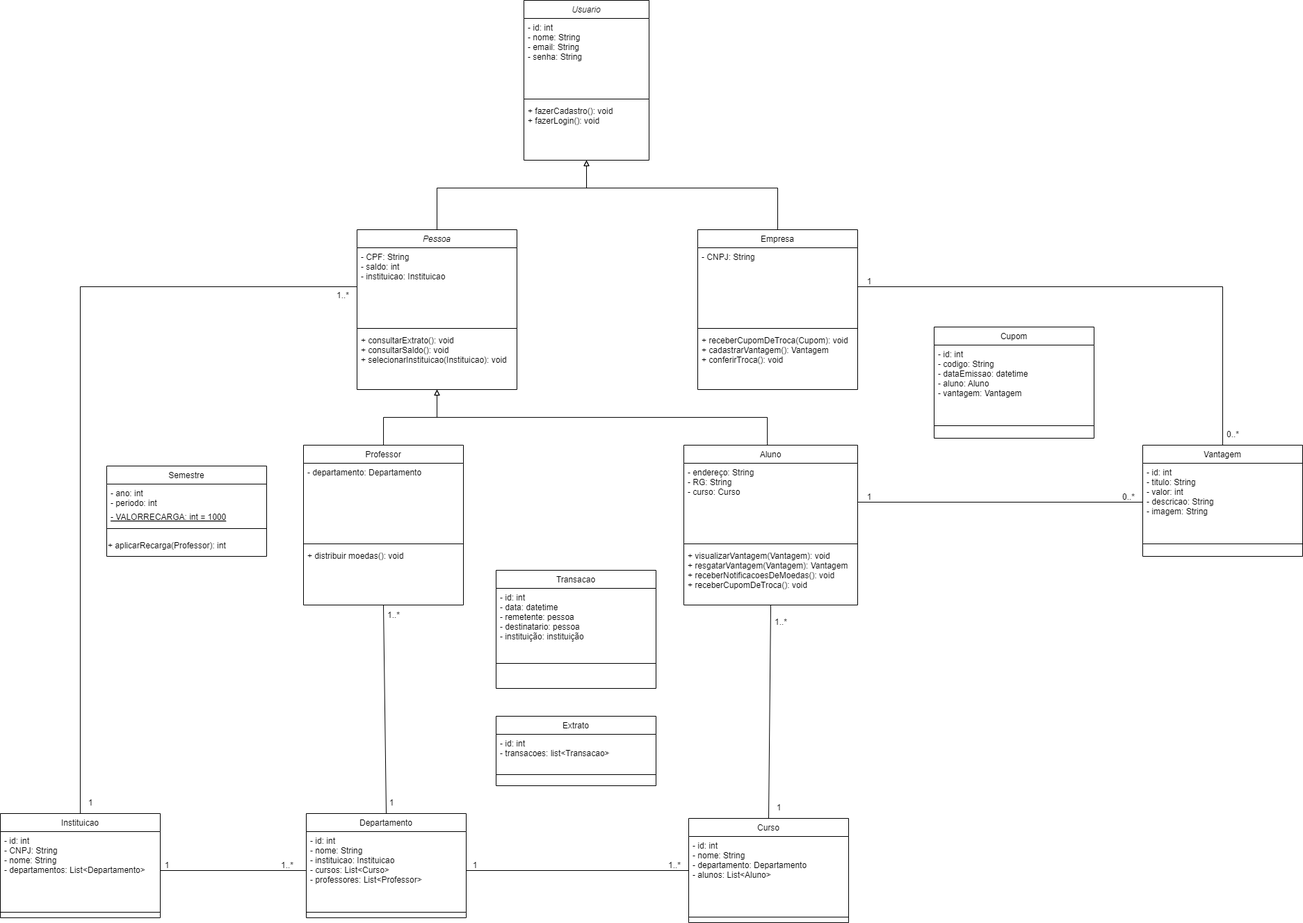
Before: projeto/imagens/Diagrama de classes.drawio.png, a diagram exported from draw.io (pedrolucas444/laboratorio-3). Source tidied: cells renumbered, new cells last; positions are measured from the earlier drawing's top-left corner, leaving out a move shared by most shapes.
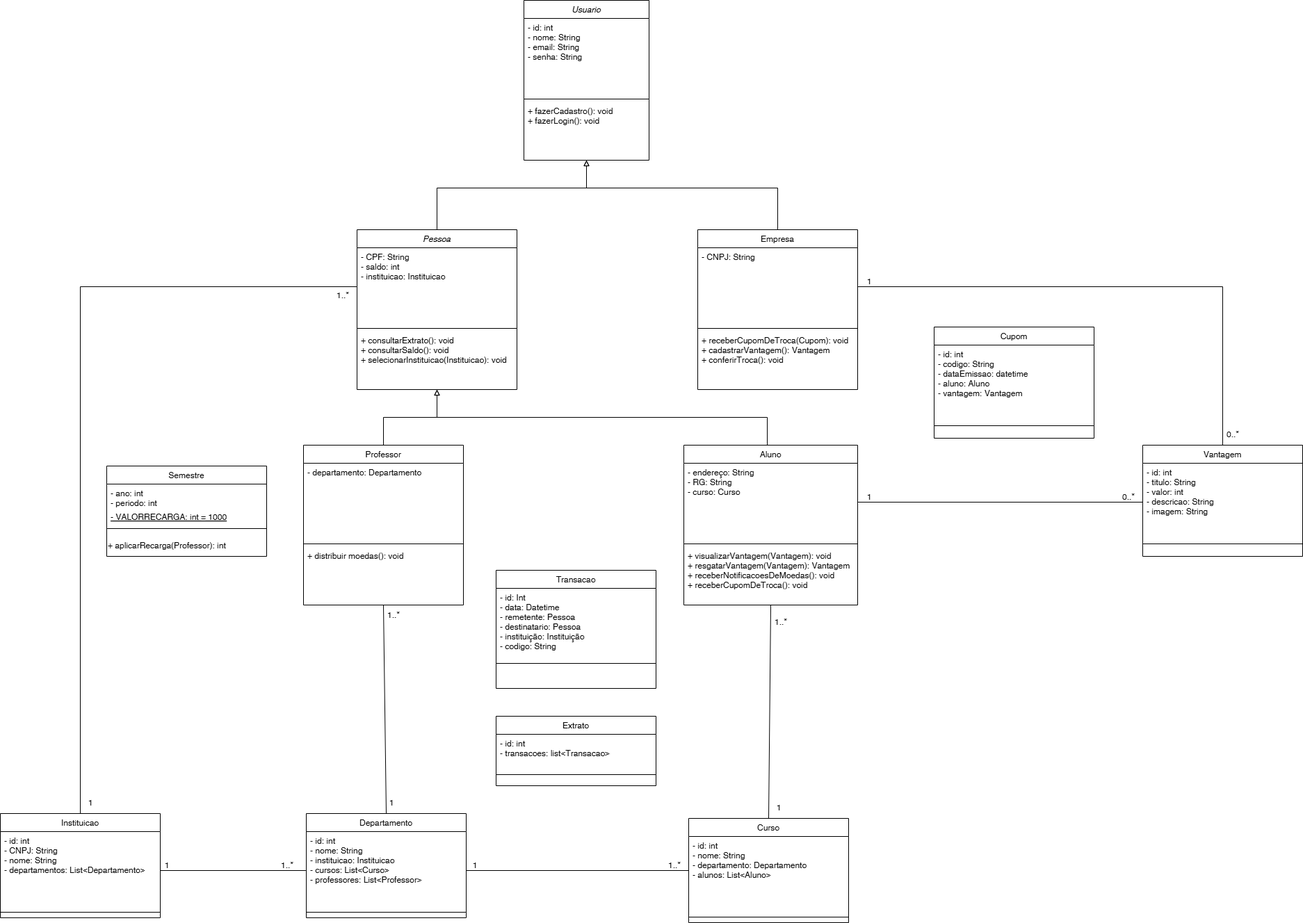
The same file after the commit.

Commit message:
att classes e der

The edit, as a diff of the source:
```diff
@@ -207,7 +207,7 @@
     <mxCell id="64" value="Transacao" style="swimlane;fontStyle=0;align=center;verticalAlign=top;horizontal=1;startSize=26;rounded=0;shadow=0;strokeWidth=1;" parent="1" vertex="1">
       <mxGeometry x="713" y="820" width="230" height="170" as="geometry" />
     </mxCell>
-    <mxCell id="65" value="- id: int&#10;- data: datetime&#10;- remetente: pessoa&#10;- destinatario: pessoa&#10;- instituição: instituição" style="text;align=left;verticalAlign=top;spacingLeft=4;spacingRight=4;overflow=hidden;rounded=0;shadow=0;html=0;" parent="64" vertex="1">
+    <mxCell id="65" value="- id: Int&#10;- data: Datetime&#10;- remetente: Pessoa&#10;- destinatario: Pessoa&#10;- instituição: Instituição&#10;- codigo: String" style="text;align=left;verticalAlign=top;spacingLeft=4;spacingRight=4;overflow=hidden;rounded=0;shadow=0;html=0;" parent="64" vertex="1">
       <mxGeometry y="26" width="230" height="104" as="geometry" />
     </mxCell>
     <mxCell id="66" style="line;html=1;strokeWidth=1;align=left;verticalAlign=middle;spacingTop=-1;spacingLeft=3;spacingRight=3;labelPosition=right;" parent="64" vertex="1">
```
